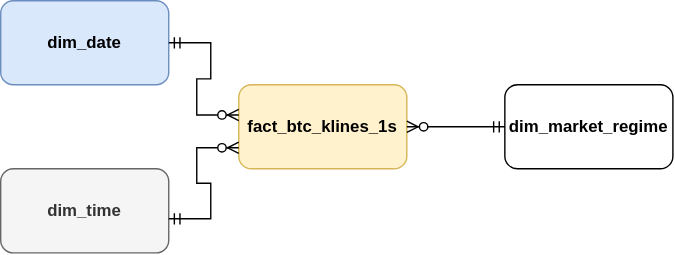
This is docs/architecture_diagrams/00_conceptuall_schema.drawio.svg from Gon20000/Bitcoin-Real-Time-Historical-Market-Analytics-Platform, a draw.io export, as it was before one commit. Source tidied: cells renumbered, new cells last; positions are measured from the earlier drawing's top-left corner, leaving out a move shared by most shapes.
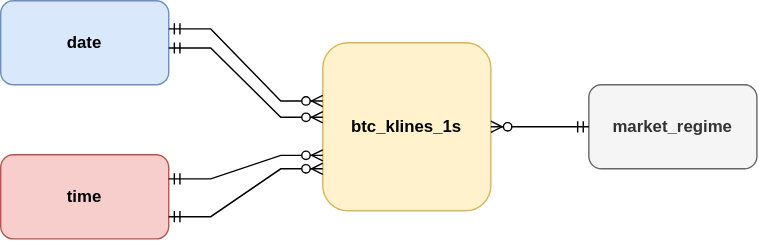
The same diagram one commit later.

Commit message:
docs: split dictionaries by layer, update diagrams, and fix date rule in naming conventions

Change to the diagram source:
```diff
@@ -2,26 +2,38 @@
   <root>
     <mxCell id="0" />
     <mxCell id="1" parent="0" />
-    <mxCell id="2" value="&lt;span style=&quot;font-weight: 700; white-space: nowrap;&quot;&gt;dim_time&lt;/span&gt;" style="rounded=1;whiteSpace=wrap;html=1;roundedPerimeter=1;fillColor=#f5f5f5;strokeColor=#666666;fontColor=#333333;" parent="1" vertex="1">
-      <mxGeometry y="120" width="120" height="60" as="geometry" />
+    <mxCell id="2" value="&lt;span style=&quot;font-weight: 700; white-space: nowrap;&quot;&gt;time&lt;/span&gt;" style="rounded=1;whiteSpace=wrap;html=1;roundedPerimeter=1;fillColor=#f8cecc;strokeColor=#b85450;" parent="1" vertex="1">
+      <mxGeometry x="-60" y="110" width="120" height="60" as="geometry" />
     </mxCell>
-    <mxCell id="3" value="&lt;span style=&quot;font-weight: 700; white-space: nowrap;&quot;&gt;dim_date&lt;/span&gt;" style="rounded=1;whiteSpace=wrap;html=1;roundedPerimeter=1;fillColor=#dae8fc;strokeColor=#6c8ebf;" parent="1" vertex="1">
-      <mxGeometry width="120" height="60" as="geometry" />
+    <mxCell id="3" value="&lt;span style=&quot;font-weight: 700; white-space: nowrap;&quot;&gt;date&lt;/span&gt;" style="rounded=1;whiteSpace=wrap;html=1;roundedPerimeter=1;fillColor=#dae8fc;strokeColor=#6c8ebf;" parent="1" vertex="1">
+      <mxGeometry x="-60" width="120" height="60" as="geometry" />
     </mxCell>
-    <mxCell id="4" value="&lt;span style=&quot;font-weight: 700; white-space: nowrap;&quot;&gt;dim_market_regime&lt;/span&gt;" style="rounded=1;whiteSpace=wrap;html=1;roundedPerimeter=1;" parent="1" vertex="1">
+    <mxCell id="4" value="&lt;span style=&quot;font-weight: 700; white-space: nowrap;&quot;&gt;market_regime&lt;/span&gt;" style="rounded=1;whiteSpace=wrap;html=1;roundedPerimeter=1;fillColor=#f5f5f5;fontColor=#333333;strokeColor=#666666;" parent="1" vertex="1">
       <mxGeometry x="360" y="60" width="120" height="60" as="geometry" />
     </mxCell>
-    <mxCell id="5" value="&lt;span style=&quot;font-weight: 700; white-space: nowrap;&quot;&gt;fact_btc_klines_1s&lt;/span&gt;" style="rounded=1;whiteSpace=wrap;html=1;roundedPerimeter=1;fillColor=#fff2cc;strokeColor=#d6b656;" parent="1" vertex="1">
-      <mxGeometry x="170" y="60" width="120" height="60" as="geometry" />
+    <mxCell id="5" value="&lt;span style=&quot;font-weight: 700; white-space: nowrap;&quot;&gt;btc_klines_1s&lt;/span&gt;" style="rounded=1;whiteSpace=wrap;html=1;roundedPerimeter=1;fillColor=#fff2cc;strokeColor=#d6b656;" parent="1" vertex="1">
+      <mxGeometry x="170" y="30" width="120" height="120" as="geometry" />
     </mxCell>
-    <mxCell id="6" style="edgeStyle=entityRelationEdgeStyle;fontSize=12;html=1;endArrow=ERzeroToMany;startArrow=ERmandOne;rounded=0;defaultLabelBackgroundColor=page;exitX=1.028;exitY=0.6;exitDx=0;exitDy=0;entryX=0;entryY=0.75;entryDx=0;entryDy=0;" parent="1" edge="1" source="2" target="5">
-      <mxGeometry relative="1" as="geometry" />
-    </mxCell>
-    <mxCell id="7" style="edgeStyle=entityRelationEdgeStyle;fontSize=12;html=1;endArrow=ERzeroToMany;startArrow=ERmandOne;rounded=0;defaultLabelBackgroundColor=page;exitX=1;exitY=0.5;exitDx=0;exitDy=0;entryX=-0.011;entryY=0.356;entryDx=0;entryDy=0;" parent="1" edge="1" source="3" target="5">
-      <mxGeometry relative="1" as="geometry" />
+    <mxCell id="7" style="edgeStyle=entityRelationEdgeStyle;fontSize=12;html=1;endArrow=ERzeroToMany;startArrow=ERmandOne;rounded=0;defaultLabelBackgroundColor=page;exitX=1.026;exitY=0.326;exitDx=0;exitDy=0;entryX=-0.011;entryY=0.356;entryDx=0;entryDy=0;" parent="1" edge="1" source="3">
+      <mxGeometry relative="1" as="geometry">
+        <mxPoint x="170" y="71.5" as="targetPoint" />
+      </mxGeometry>
     </mxCell>
     <mxCell id="8" style="edgeStyle=entityRelationEdgeStyle;fontSize=12;html=1;endArrow=ERzeroToMany;startArrow=ERmandOne;rounded=0;defaultLabelBackgroundColor=page;entryX=1;entryY=0.5;entryDx=0;entryDy=0;exitX=0;exitY=0.5;exitDx=0;exitDy=0;" parent="1" edge="1" source="4" target="5">
       <mxGeometry x="0.08" relative="1" as="geometry" />
     </mxCell>
+    <mxCell id="9" style="edgeStyle=entityRelationEdgeStyle;fontSize=12;html=1;endArrow=ERzeroToMany;startArrow=ERmandOne;rounded=0;defaultLabelBackgroundColor=page;entryX=-0.006;entryY=0.672;entryDx=0;entryDy=0;exitX=1;exitY=0.25;exitDx=0;exitDy=0;" parent="1" edge="1" target="5">
+      <mxGeometry relative="1" as="geometry">
+        <mxPoint x="60" y="127.2" as="sourcePoint" />
+      </mxGeometry>
+    </mxCell>
+    <mxCell id="10" style="edgeStyle=entityRelationEdgeStyle;fontSize=12;html=1;endArrow=ERzeroToMany;startArrow=ERmandOne;rounded=0;defaultLabelBackgroundColor=page;exitX=1;exitY=0.75;exitDx=0;exitDy=0;entryX=0;entryY=0.75;entryDx=0;entryDy=0;" parent="1" edge="1" target="5">
+      <mxGeometry relative="1" as="geometry">
+        <mxPoint x="60" y="154.2" as="sourcePoint" />
+      </mxGeometry>
+    </mxCell>
+    <mxCell id="11" style="edgeStyle=entityRelationEdgeStyle;fontSize=12;html=1;endArrow=ERzeroToMany;startArrow=ERmandOne;rounded=0;defaultLabelBackgroundColor=page;exitX=1.006;exitY=0.563;exitDx=0;exitDy=0;entryX=-0.013;entryY=0.442;entryDx=0;entryDy=0;" parent="1" edge="1" source="3" target="5">
+      <mxGeometry relative="1" as="geometry" />
+    </mxCell>
   </root>
 </mxGraphModel>
```
